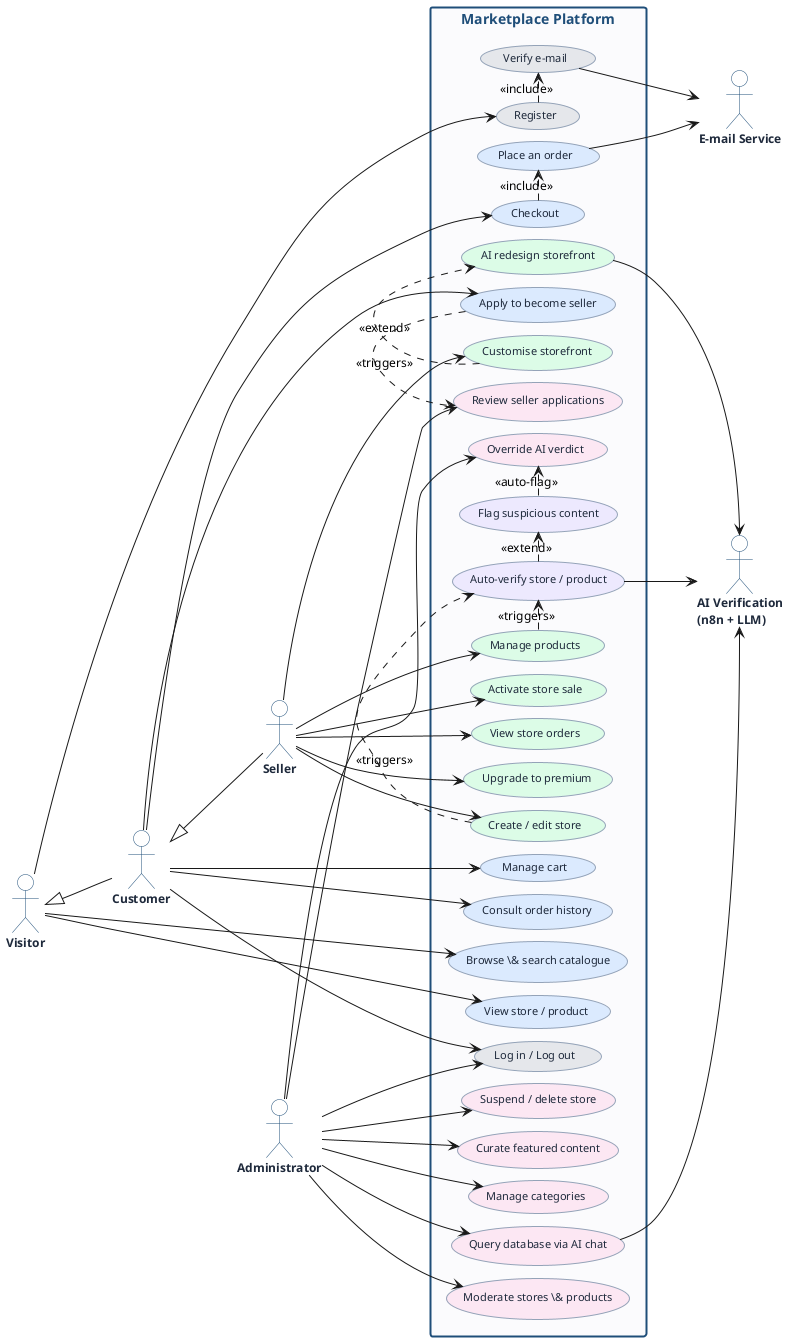
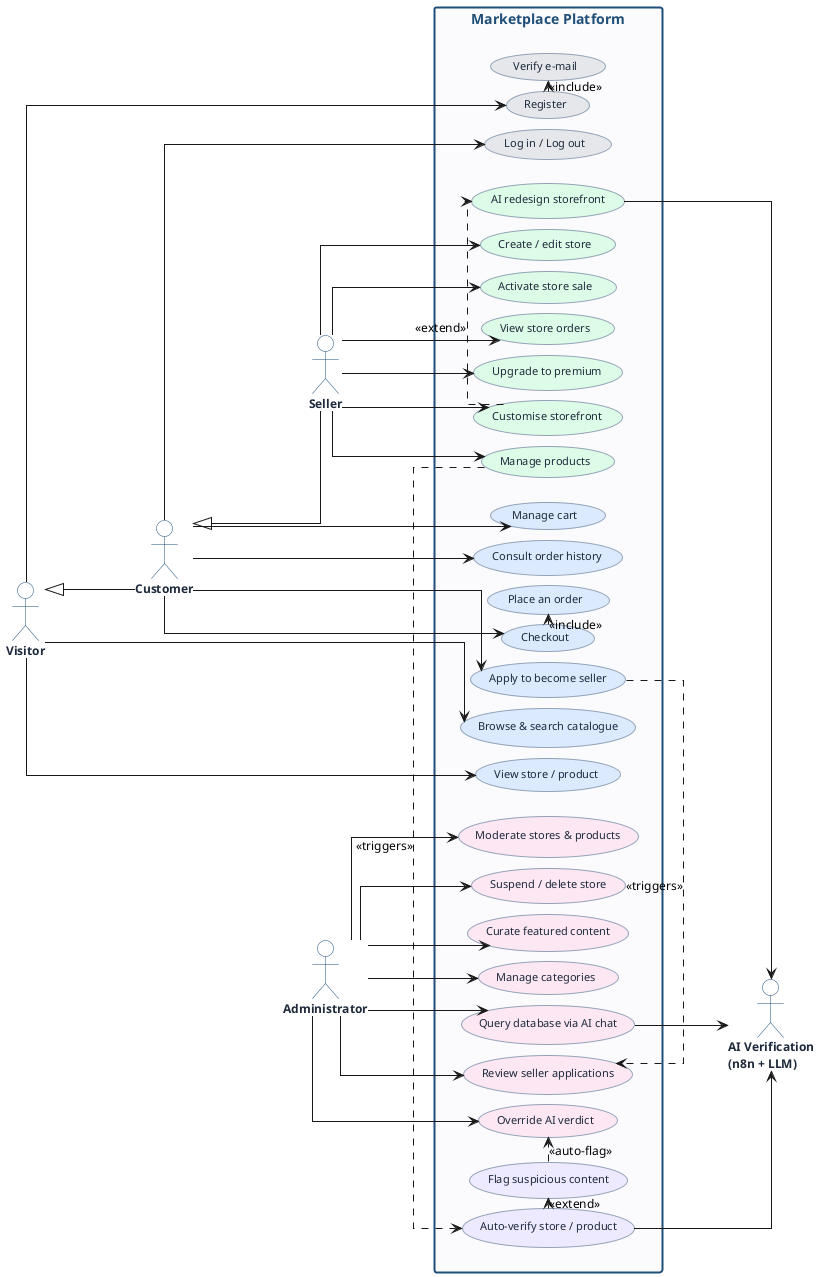
@startuml uc-global-v2

skinparam defaultFontName Helvetica
skinparam defaultFontSize 12
skinparam backgroundColor #FFFFFF
skinparam shadowing false
skinparam packageStyle rectangle
- skinparam nodesep 12
- skinparam ranksep 65
+ skinparam linetype ortho
+ skinparam nodesep 10
+ skinparam ranksep 90

skinparam actor {
  BackgroundColor #FFFFFF
  BorderColor #1F4E79
  FontColor #1E293B
  FontStyle bold
  FontSize 12
}
skinparam usecase {
  BorderColor #94A3B8
  BorderThickness 1.0
  FontColor #1E293B
  FontSize 11
}
skinparam rectangle {
  BackgroundColor #FBFBFD
  BorderColor #1F4E79
  BorderThickness 2
  FontColor #1F4E79
  FontStyle bold
  FontSize 14
}

left to right direction

' Colour key (by actor): Customer #DBEAFE | Seller #DCFCE7
'                        Administrator #FCE7F3 | AI/System #EDE9FE | shared #E5E7EB

- ' ── Primary actors (left) ──────────────────────────────
- actor "Visitor"       as Visitor
- actor "Customer"      as Customer
- actor "Seller"        as Seller
- actor "Administrator" as Admin
+ ' ── Primary actors on the LEFT ─────────────────────────
+ actor "Visitor"  as Visitor
+ actor "Customer" as Customer
+ actor "Seller"   as Seller

Visitor  <|-- Customer
Customer <|-- Seller

rectangle "Marketplace Platform" {

-   ' shared authentication (grey)
-   (Register)                    as A1 #E5E7EB
-   (Verify e-mail)               as A2 #E5E7EB
-   (Log in / Log out)            as A3 #E5E7EB
- 
-   ' customer use cases (blue)
-   (Browse \& search catalogue)  as C1 #DBEAFE
-   (View store / product)        as C2 #DBEAFE
-   (Manage cart)                 as C3 #DBEAFE
-   (Checkout)                    as C4 #DBEAFE
-   (Place an order)              as C5 #DBEAFE
-   (Consult order history)       as C6 #DBEAFE
-   (Apply to become seller)      as C7 #DBEAFE
- 
-   ' seller use cases (green)
-   (Create / edit store)         as S1 #DCFCE7
-   (Customise storefront)        as S2 #DCFCE7
-   (AI redesign storefront)      as S3 #DCFCE7
-   (Manage products)             as S4 #DCFCE7
-   (Activate store sale)         as S5 #DCFCE7
-   (View store orders)           as S6 #DCFCE7
-   (Upgrade to premium)          as S7 #DCFCE7
- 
-   ' administrator use cases (pink)
-   (Review seller applications)  as D1 #FCE7F3
-   (Moderate stores \& products) as D2 #FCE7F3
-   (Suspend / delete store)      as D3 #FCE7F3
-   (Override AI verdict)         as D4 #FCE7F3
-   (Curate featured content)     as D5 #FCE7F3
-   (Manage categories)           as D6 #FCE7F3
-   (Query database via AI chat)  as D7 #FCE7F3
- 
-   ' AI / system use cases (lavender)
-   (Auto-verify store / product) as V1 #EDE9FE
-   (Flag suspicious content)     as V2 #EDE9FE
+   ' clusters are ordered top-to-bottom so each sits next to its actor
+   together {
+     (Register)                    as A1 #E5E7EB
+     (Verify e-mail)               as A2 #E5E7EB
+     (Log in / Log out)            as A3 #E5E7EB
+   }
+   together {
+     (Browse & search catalogue)  as C1 #DBEAFE
+     (View store / product)        as C2 #DBEAFE
+     (Manage cart)                 as C3 #DBEAFE
+     (Checkout)                    as C4 #DBEAFE
+     (Place an order)              as C5 #DBEAFE
+     (Consult order history)       as C6 #DBEAFE
+     (Apply to become seller)      as C7 #DBEAFE
+   }
+   together {
+     (Create / edit store)         as S1 #DCFCE7
+     (Customise storefront)        as S2 #DCFCE7
+     (AI redesign storefront)      as S3 #DCFCE7
+     (Manage products)             as S4 #DCFCE7
+     (Activate store sale)         as S5 #DCFCE7
+     (View store orders)           as S6 #DCFCE7
+     (Upgrade to premium)          as S7 #DCFCE7
+   }
+   together {
+     (Review seller applications)  as D1 #FCE7F3
+     (Moderate stores & products) as D2 #FCE7F3
+     (Suspend / delete store)      as D3 #FCE7F3
+     (Override AI verdict)         as D4 #FCE7F3
+     (Curate featured content)     as D5 #FCE7F3
+     (Manage categories)           as D6 #FCE7F3
+     (Query database via AI chat)  as D7 #FCE7F3
+   }
+   together {
+     (Auto-verify store / product) as V1 #EDE9FE
+     (Flag suspicious content)     as V2 #EDE9FE
+   }
}

- ' ── Secondary actors (right) ───────────────────────────
+ ' ── Actors on the RIGHT ────────────────────────────────
+ actor "Administrator"                as Admin
actor "AI Verification\n(n8n + LLM)" as AI
- actor "E-mail Service"               as MAIL

' ── Associations ───────────────────────────────────────
Visitor  --> A1
Visitor  --> C1
Visitor  --> C2
Customer --> A3
Customer --> C3
Customer --> C4
Customer --> C6
Customer --> C7
Seller   --> S1
Seller   --> S2
Seller   --> S4
Seller   --> S5
Seller   --> S6
Seller   --> S7
- Admin    --> A3
Admin    --> D1
Admin    --> D2
Admin    --> D3
Admin    --> D4
Admin    --> D5
Admin    --> D6
Admin    --> D7

- ' ── Include / extend / triggers ────────────────────────
+ ' ── Dependencies (curated to limit crossings) ──────────
A1 .> A2 : <<include>>
C4 .> C5 : <<include>>
S2 .> S3 : <<extend>>
C7 .> D1 : <<triggers>>
- S1 .> V1 : <<triggers>>
S4 .> V1 : <<triggers>>
V1 .> V2 : <<extend>>
V2 .> D4 : <<auto-flag>>

- ' ── Secondary-actor wiring ─────────────────────────────
- A2 --> MAIL
- C5 --> MAIL
+ ' ── AI actor wiring ────────────────────────────────────
V1 --> AI
S3 --> AI
D7 --> AI

@enduml
